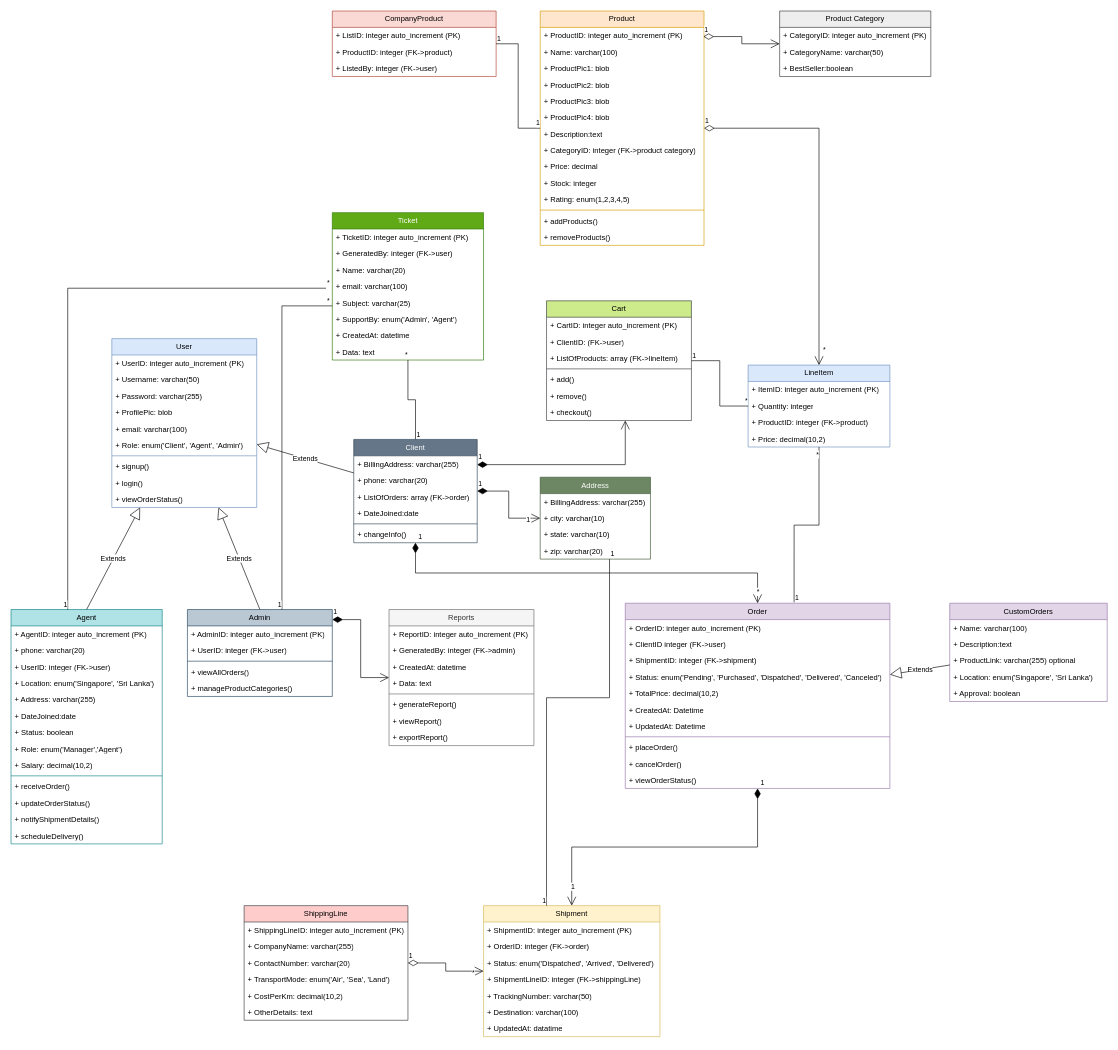
The draw.io diagram diagrams/UML-class-diagram.drawio in K-M-Shehan/software-design-docs, before the edit. Source tidied: cells renumbered, new cells numbered last; positions are measured from the earlier drawing's top-left corner, leaving out a move shared by most shapes. Both pictures are drawn from the tidied source at 63%, with x=0, y=0 at pixel (11, 11).
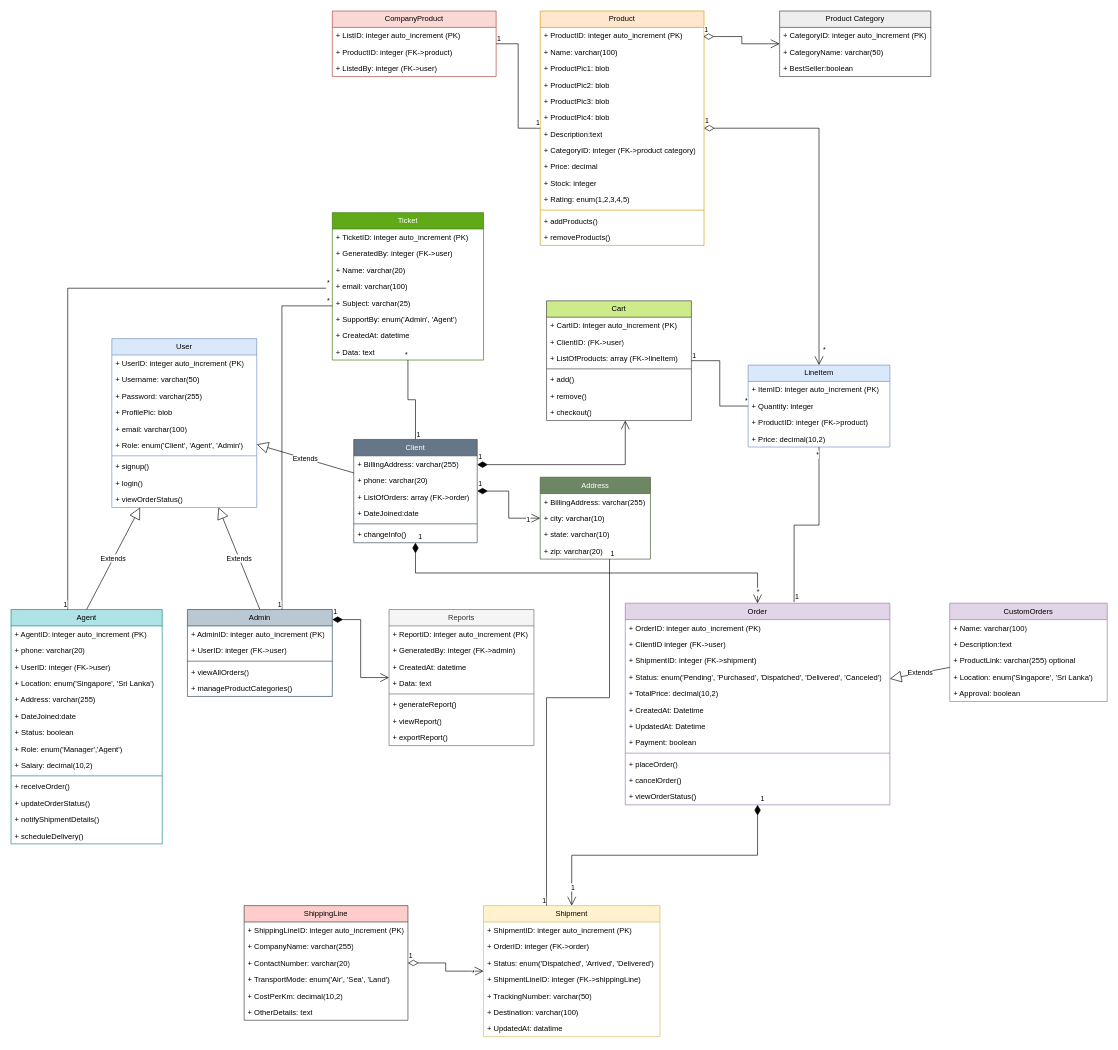
Above is the later version.

Commit message:
updated attributes of order table

Change to the diagram source:
```diff
@@
     <mxCell id="13" value="Order" style="swimlane;fontStyle=0;horizontal=1;startSize=26;fillColor=#e1d5e7;whiteSpace=wrap;html=1;strokeColor=#9673a6;" parent="1" vertex="1">
-      <mxGeometry x="975" y="940" width="420" height="294" as="geometry" />
+      <mxGeometry x="975" y="940" width="420" height="320" as="geometry" />
     </mxCell>
@@
+    <mxCell id="171" value="+ Payment: boolean" style="text;strokeColor=none;fillColor=none;align=left;verticalAlign=top;spacingLeft=4;spacingRight=4;overflow=hidden;whiteSpace=wrap;html=1;" parent="13" vertex="1">
+      <mxGeometry y="208" width="420" height="26" as="geometry" />
+    </mxCell>
     <mxCell id="21" style="line;strokeWidth=1;fillColor=none;align=left;verticalAlign=middle;spacingTop=-1;spacingLeft=3;spacingRight=3;labelPosition=right;strokeColor=inherit;" parent="13" vertex="1">
-      <mxGeometry y="208" width="420" height="8" as="geometry" />
+      <mxGeometry y="234" width="420" height="8" as="geometry" />
     </mxCell>
     <mxCell id="22" value="+ placeOrder()" style="text;strokeColor=none;fillColor=none;align=left;verticalAlign=top;spacingLeft=4;spacingRight=4;overflow=hidden;whiteSpace=wrap;html=1;" parent="13" vertex="1">
-      <mxGeometry y="216" width="420" height="26" as="geometry" />
+      <mxGeometry y="242" width="420" height="26" as="geometry" />
     </mxCell>
     <mxCell id="23" value="+ cancelOrder()" style="text;strokeColor=none;fillColor=none;align=left;verticalAlign=top;spacingLeft=4;spacingRight=4;overflow=hidden;whiteSpace=wrap;html=1;" parent="13" vertex="1">
-      <mxGeometry y="242" width="420" height="26" as="geometry" />
+      <mxGeometry y="268" width="420" height="26" as="geometry" />
     </mxCell>
     <mxCell id="24" value="+ viewOrderStatus()" style="text;strokeColor=none;fillColor=none;align=left;verticalAlign=top;spacingLeft=4;spacingRight=4;overflow=hidden;whiteSpace=wrap;html=1;" parent="13" vertex="1">
-      <mxGeometry y="268" width="420" height="26" as="geometry" />
+      <mxGeometry y="294" width="420" height="26" as="geometry" />
     </mxCell>
```
